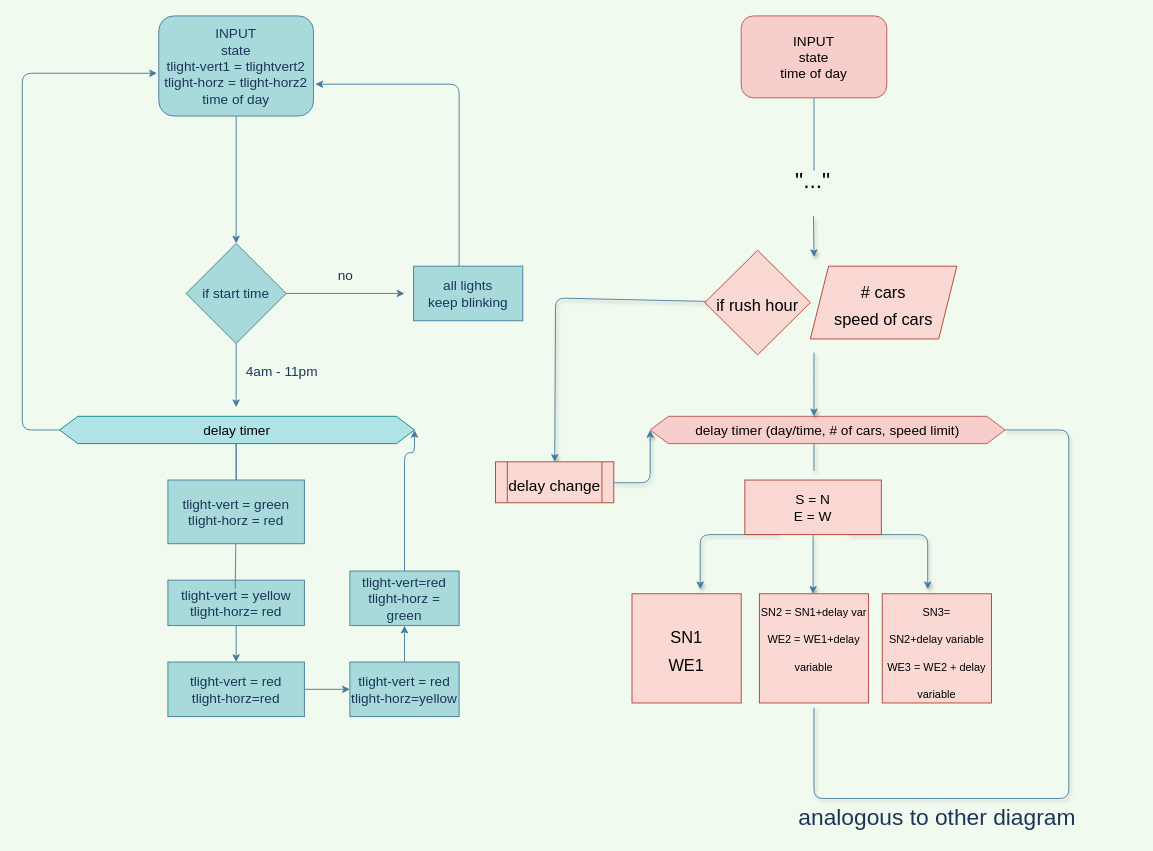
The draw.io diagram challenge2.drawio in Eikaron/FE21-Algorithms-DAY1-AronMichael, before the edit. Source tidied: cells renumbered, new cells numbered last; positions are measured from the earlier drawing's top-left corner, leaving out a move shared by most shapes. Both pictures are drawn from the tidied source at 91%, with x=0, y=0 at pixel (22, 15).
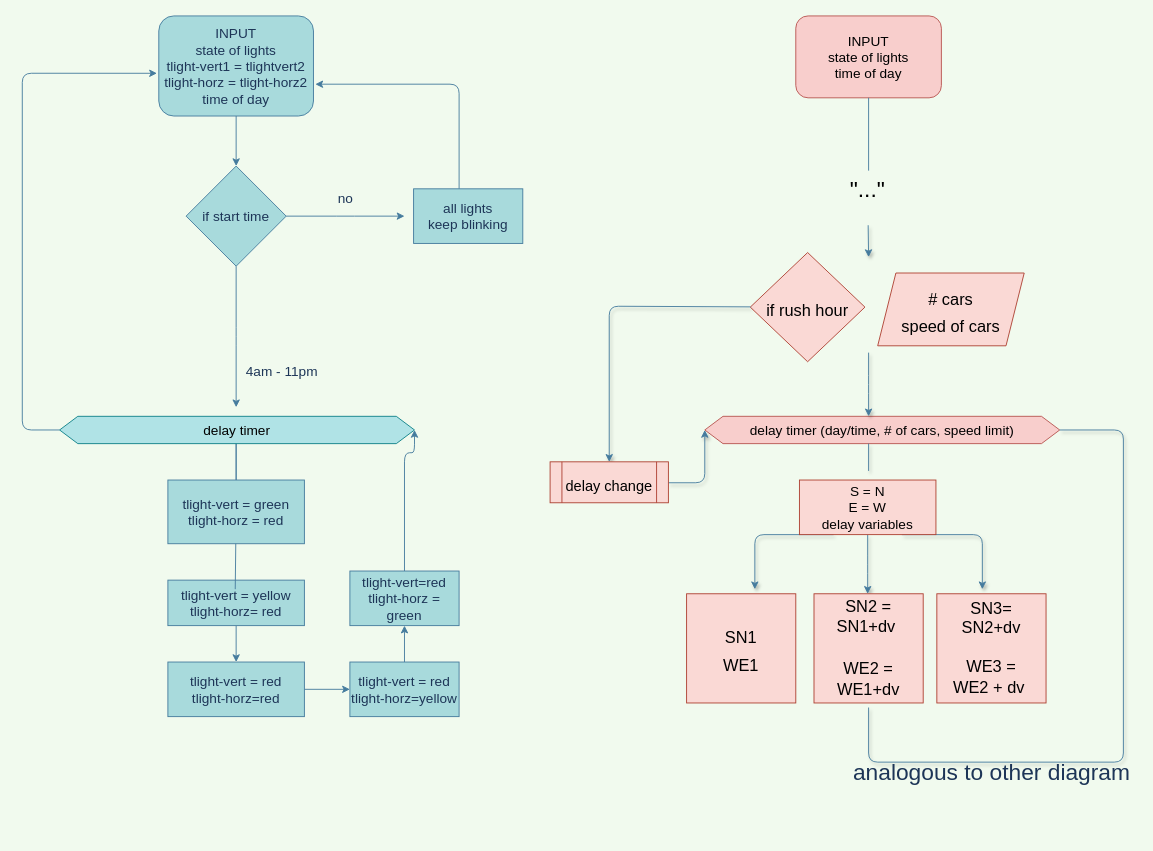
After the change.

What changed in the source:
```diff
@@
-    <mxCell id="3" value="INPUT&lt;br&gt;state&lt;br&gt;tlight-vert1 = tlightvert2&lt;br&gt;tlight-horz = tlight-horz2&lt;br&gt;time of day" style="rounded=1;whiteSpace=wrap;html=1;sketch=0;fontColor=#1D3557;strokeColor=#457B9D;fillColor=#A8DADC;fontSize=15;" parent="1" vertex="1">
+    <mxCell id="3" value="INPUT&lt;br&gt;state of lights&lt;br&gt;tlight-vert1 = tlightvert2&lt;br&gt;tlight-horz = tlight-horz2&lt;br&gt;time of day" style="rounded=1;whiteSpace=wrap;html=1;sketch=0;fontColor=#1D3557;strokeColor=#457B9D;fillColor=#A8DADC;fontSize=15;" parent="1" vertex="1">
       <mxGeometry x="150" width="170" height="110" as="geometry" />
     </mxCell>
     <mxCell id="4" style="edgeStyle=orthogonalEdgeStyle;curved=0;rounded=1;sketch=0;jettySize=auto;html=1;fontSize=15;fontColor=#1D3557;strokeColor=#457B9D;fillColor=#A8DADC;" parent="1" edge="1" source="6">
       <mxGeometry relative="1" as="geometry">
-        <mxPoint x="420" y="305" as="targetPoint" />
+        <mxPoint x="420" y="220" as="targetPoint" />
       </mxGeometry>
     </mxCell>
@@
     <mxCell id="6" value="if start time" style="rhombus;whiteSpace=wrap;html=1;rounded=0;sketch=0;fontSize=15;fontColor=#1D3557;strokeColor=#457B9D;fillColor=#A8DADC;" parent="1" vertex="1">
-      <mxGeometry x="180" y="250" width="110" height="110" as="geometry" />
+      <mxGeometry x="180" y="165" width="110" height="110" as="geometry" />
     </mxCell>
@@
     <mxCell id="10" value="all lights&lt;br&gt;keep blinking" style="whiteSpace=wrap;html=1;rounded=0;sketch=0;fontSize=15;fontColor=#1D3557;strokeColor=#457B9D;fillColor=#A8DADC;" parent="1" vertex="1">
-      <mxGeometry x="430" y="275" width="120" height="60" as="geometry" />
+      <mxGeometry x="430" y="190" width="120" height="60" as="geometry" />
     </mxCell>
     <mxCell id="11" value="no&lt;br&gt;" style="text;html=1;align=center;verticalAlign=middle;strokeColor=none;fontSize=15;fontColor=#1D3557;" parent="1" vertex="1">
-      <mxGeometry x="340" y="275" width="30" height="20" as="geometry" />
+      <mxGeometry x="340" y="190" width="30" height="20" as="geometry" />
     </mxCell>
@@
-    <mxCell id="24" value="INPUT&lt;br&gt;state&lt;br&gt;time of day" style="rounded=1;whiteSpace=wrap;html=1;sketch=0;fontSize=15;strokeColor=#b85450;fillColor=#f8cecc;" parent="1" vertex="1">
-      <mxGeometry x="790" width="160" height="90" as="geometry" />
+    <mxCell id="24" value="INPUT&lt;br&gt;state of lights&lt;br&gt;time of day" style="rounded=1;whiteSpace=wrap;html=1;sketch=0;fontSize=15;strokeColor=#b85450;fillColor=#f8cecc;" parent="1" vertex="1">
+      <mxGeometry x="850" width="160" height="90" as="geometry" />
     </mxCell>
     <mxCell id="25" value="delay timer (day/time, # of cars, speed limit)" style="shape=hexagon;perimeter=hexagonPerimeter2;whiteSpace=wrap;html=1;fixedSize=1;rounded=0;sketch=0;fontSize=15;strokeColor=#b85450;fillColor=#f8cecc;" parent="1" vertex="1">
-      <mxGeometry x="690" y="440" width="390" height="30" as="geometry" />
+      <mxGeometry x="750" y="440" width="390" height="30" as="geometry" />
     </mxCell>
     <mxCell id="26" value="&quot;...&quot;" style="text;html=1;align=center;verticalAlign=middle;whiteSpace=wrap;rounded=0;sketch=0;fontSize=25;" parent="1" vertex="1">
-      <mxGeometry x="759" y="140" width="220" height="80" as="geometry" />
+      <mxGeometry x="819" y="150" width="220" height="80" as="geometry" />
     </mxCell>
     <mxCell id="27" style="edgeStyle=elbowEdgeStyle;rounded=1;sketch=0;jettySize=auto;html=1;exitX=0.75;exitY=1;exitDx=0;exitDy=0;shadow=1;fontSize=25;fontColor=#1D3557;strokeColor=#457B9D;fillColor=#A8DADC;" parent="1" edge="1" source="30">
       <mxGeometry relative="1" as="geometry">
-        <mxPoint x="995" y="630" as="targetPoint" />
+        <mxPoint x="1055" y="630" as="targetPoint" />
         <Array as="points">
-          <mxPoint x="995" y="580" />
-          <mxPoint x="990" y="590" />
+          <mxPoint x="1055" y="580" />
+          <mxPoint x="1050" y="590" />
         </Array>
       </mxGeometry>
     </mxCell>
     <mxCell id="28" style="edgeStyle=elbowEdgeStyle;rounded=1;sketch=0;jettySize=auto;html=1;exitX=0.25;exitY=1;exitDx=0;exitDy=0;shadow=1;fontSize=25;fontColor=#1D3557;strokeColor=#457B9D;fillColor=#A8DADC;" parent="1" edge="1" source="30">
       <mxGeometry relative="1" as="geometry">
-        <mxPoint x="745" y="630" as="targetPoint" />
+        <mxPoint x="805" y="630" as="targetPoint" />
         <Array as="points">
-          <mxPoint x="745" y="580" />
-          <mxPoint x="750" y="610" />
+          <mxPoint x="805" y="580" />
+          <mxPoint x="810" y="610" />
         </Array>
       </mxGeometry>
     </mxCell>
@@
-    <mxCell id="30" value="S = N&lt;br&gt;E = W" style="rounded=0;whiteSpace=wrap;html=1;sketch=0;fontSize=15;strokeColor=#ae4132;fillColor=#fad9d5;" parent="1" vertex="1">
-      <mxGeometry x="794" y="510" width="150" height="60" as="geometry" />
+    <mxCell id="30" value="S = N&lt;br&gt;E = W&lt;br&gt;delay variables" style="rounded=0;whiteSpace=wrap;html=1;sketch=0;fontSize=15;strokeColor=#ae4132;fillColor=#fad9d5;" parent="1" vertex="1">
+      <mxGeometry x="854" y="510" width="150" height="60" as="geometry" />
     </mxCell>
     <mxCell id="31" style="endArrow=none;html=1;fontSize=25;fontColor=#1D3557;strokeColor=#457B9D;fillColor=#A8DADC;" parent="1" edge="1">
       <mxGeometry relative="1" as="geometry">
-        <mxPoint x="870" y="170" as="sourcePoint" />
-        <mxPoint x="870" y="90" as="targetPoint" />
+        <mxPoint x="930" y="170" as="sourcePoint" />
+        <mxPoint x="930" y="90" as="targetPoint" />
       </mxGeometry>
     </mxCell>
     <mxCell id="32" value="&lt;font style=&quot;font-size: 18px&quot;&gt;SN1&lt;br&gt;WE1&lt;br&gt;&lt;/font&gt;" style="whiteSpace=wrap;html=1;rounded=0;sketch=0;fontSize=25;strokeColor=#ae4132;fillColor=#fad9d5;" parent="1" vertex="1">
-      <mxGeometry x="670" y="635" width="120" height="120" as="geometry" />
+      <mxGeometry x="730" y="635" width="120" height="120" as="geometry" />
     </mxCell>
-    <mxCell id="33" value="&lt;font style=&quot;font-size: 12px&quot;&gt;SN2 = SN1+delay var&lt;br&gt;WE2 = WE1+delay variable&lt;br&gt;&lt;br&gt;&lt;/font&gt;" style="whiteSpace=wrap;html=1;rounded=0;sketch=0;fontSize=25;strokeColor=#ae4132;fillColor=#fad9d5;" parent="1" vertex="1">
-      <mxGeometry x="810" y="635" width="120" height="120" as="geometry" />
+    <mxCell id="33" value="&lt;font style=&quot;font-size: 18px&quot;&gt;SN2 = SN1+dv&amp;nbsp;&lt;br&gt;&lt;br&gt;WE2 = WE1+dv&lt;br style=&quot;font-size: 19px&quot;&gt;&lt;/font&gt;" style="whiteSpace=wrap;html=1;rounded=0;sketch=0;fontSize=19;strokeColor=#ae4132;fillColor=#fad9d5;" parent="1" vertex="1">
+      <mxGeometry x="870" y="635" width="120" height="120" as="geometry" />
     </mxCell>
-    <mxCell id="34" value="&lt;font style=&quot;font-size: 12px&quot;&gt;SN3=&lt;br&gt;SN2+delay variable&lt;br&gt;WE3 = WE2 + delay variable&lt;br&gt;&lt;/font&gt;" style="whiteSpace=wrap;html=1;rounded=0;sketch=0;fontSize=25;strokeColor=#ae4132;fillColor=#fad9d5;" parent="1" vertex="1">
-      <mxGeometry x="945" y="635" width="120" height="120" as="geometry" />
+    <mxCell id="34" value="&lt;font style=&quot;font-size: 18px&quot;&gt;SN3=&lt;br style=&quot;font-size: 18px&quot;&gt;SN2+dv&lt;br&gt;&lt;br style=&quot;font-size: 18px&quot;&gt;WE3 = &lt;br style=&quot;font-size: 18px&quot;&gt;WE2 + dv&amp;nbsp;&lt;br style=&quot;font-size: 18px&quot;&gt;&lt;/font&gt;" style="whiteSpace=wrap;html=1;rounded=0;sketch=0;fontSize=18;strokeColor=#ae4132;fillColor=#fad9d5;" parent="1" vertex="1">
+      <mxGeometry x="1005" y="635" width="120" height="120" as="geometry" />
     </mxCell>
     <mxCell id="35" style="endArrow=none;html=1;shadow=1;fontSize=25;fontColor=#1D3557;strokeColor=#457B9D;fillColor=#A8DADC;" parent="1" edge="1">
       <mxGeometry relative="1" as="geometry">
-        <mxPoint x="870" y="500" as="sourcePoint" />
-        <mxPoint x="870" y="470" as="targetPoint" />
+        <mxPoint x="930" y="500" as="sourcePoint" />
+        <mxPoint x="930" y="470" as="targetPoint" />
       </mxGeometry>
     </mxCell>
     <mxCell id="36" style="endArrow=none;html=1;shadow=1;fontSize=25;fontColor=#1D3557;strokeColor=#457B9D;fillColor=#A8DADC;exitX=1;exitY=0.5;exitDx=0;exitDy=0;" parent="1" edge="1" source="25">
       <mxGeometry relative="1" as="geometry">
-        <mxPoint x="870" y="760" as="targetPoint" />
+        <mxPoint x="930" y="760" as="targetPoint" />
         <Array as="points">
-          <mxPoint x="1150" y="455" />
-          <mxPoint x="1150" y="860" />
-          <mxPoint x="870" y="860" />
+          <mxPoint x="1210" y="455" />
+          <mxPoint x="1210" y="820" />
+          <mxPoint x="930" y="820" />
         </Array>
       </mxGeometry>
     </mxCell>
@@
     <mxCell id="38" value="analogous to other diagram" style="text;html=1;align=center;verticalAlign=middle;strokeColor=none;fontSize=25;fontColor=#1D3557;" parent="1" vertex="1">
-      <mxGeometry x="845" y="860" width="320" height="40" as="geometry" />
+      <mxGeometry x="905" y="810" width="320" height="40" as="geometry" />
     </mxCell>
     <mxCell id="39" style="edgeStyle=elbowEdgeStyle;rounded=1;sketch=0;jettySize=auto;html=1;shadow=1;fontSize=25;fontColor=#1D3557;strokeColor=#457B9D;fillColor=#A8DADC;" parent="1" edge="1" target="25">
       <mxGeometry relative="1" as="geometry">
-        <mxPoint x="870" y="370" as="sourcePoint" />
+        <mxPoint x="930" y="370" as="sourcePoint" />
       </mxGeometry>
     </mxCell>
     <mxCell id="40" style="endArrow=classic;html=1;shadow=1;fontSize=25;fontColor=#1D3557;strokeColor=#457B9D;fillColor=#A8DADC;" parent="1" edge="1" source="26">
       <mxGeometry relative="1" as="geometry">
-        <mxPoint x="870" y="265" as="targetPoint" />
+        <mxPoint x="930" y="265" as="targetPoint" />
       </mxGeometry>
     </mxCell>
     <mxCell id="41" value="&lt;font style=&quot;font-size: 18px&quot;&gt;# cars&lt;br&gt;speed of cars&lt;/font&gt;" style="shape=parallelogram;perimeter=parallelogramPerimeter;whiteSpace=wrap;html=1;fixedSize=1;rounded=0;sketch=0;fontSize=25;strokeColor=#ae4132;fillColor=#fad9d5;" parent="1" vertex="1">
-      <mxGeometry x="866" y="275" width="161" height="80" as="geometry" />
+      <mxGeometry x="940" y="282.5" width="161" height="80" as="geometry" />
     </mxCell>
     <mxCell id="42" value="&lt;font style=&quot;font-size: 18px&quot;&gt;if rush hour&lt;/font&gt;" style="rhombus;whiteSpace=wrap;html=1;rounded=0;sketch=0;fontSize=25;strokeColor=#ae4132;fillColor=#fad9d5;" parent="1" vertex="1">
-      <mxGeometry x="750" y="257.5" width="116" height="115" as="geometry" />
+      <mxGeometry x="800" y="260" width="126" height="120" as="geometry" />
     </mxCell>
     <mxCell id="43" style="endArrow=classic;html=1;shadow=1;fontSize=25;fontColor=#1D3557;strokeColor=#457B9D;fillColor=#A8DADC;" parent="1" edge="1" source="42" target="45">
       <mxGeometry relative="1" as="geometry">
         <Array as="points">
-          <mxPoint x="586" y="310" />
+          <mxPoint x="645" y="319" />
         </Array>
       </mxGeometry>
     </mxCell>
     <mxCell id="44" style="edgeStyle=elbowEdgeStyle;rounded=1;sketch=0;jettySize=auto;html=1;shadow=1;fontSize=25;fontColor=#1D3557;strokeColor=#457B9D;fillColor=#A8DADC;entryX=0;entryY=0.5;entryDx=0;entryDy=0;" parent="1" edge="1" source="45" target="25">
       <mxGeometry relative="1" as="geometry">
         <Array as="points">
-          <mxPoint x="690" y="513" />
+          <mxPoint x="750" y="513" />
         </Array>
       </mxGeometry>
     </mxCell>
-    <mxCell id="45" value="&lt;font style=&quot;font-size: 17px&quot;&gt;delay change&lt;/font&gt;" style="shape=process;whiteSpace=wrap;html=1;backgroundOutline=1;rounded=0;sketch=0;fontSize=25;strokeColor=#ae4132;fillColor=#fad9d5;" parent="1" vertex="1">
-      <mxGeometry x="520" y="490" width="130" height="45" as="geometry" />
+    <mxCell id="45" value="&lt;font style=&quot;font-size: 16px&quot;&gt;delay change&lt;/font&gt;" style="shape=process;whiteSpace=wrap;html=1;backgroundOutline=1;rounded=0;sketch=0;fontSize=25;strokeColor=#ae4132;fillColor=#fad9d5;" parent="1" vertex="1">
+      <mxGeometry x="580" y="490" width="130" height="45" as="geometry" />
     </mxCell>
```
